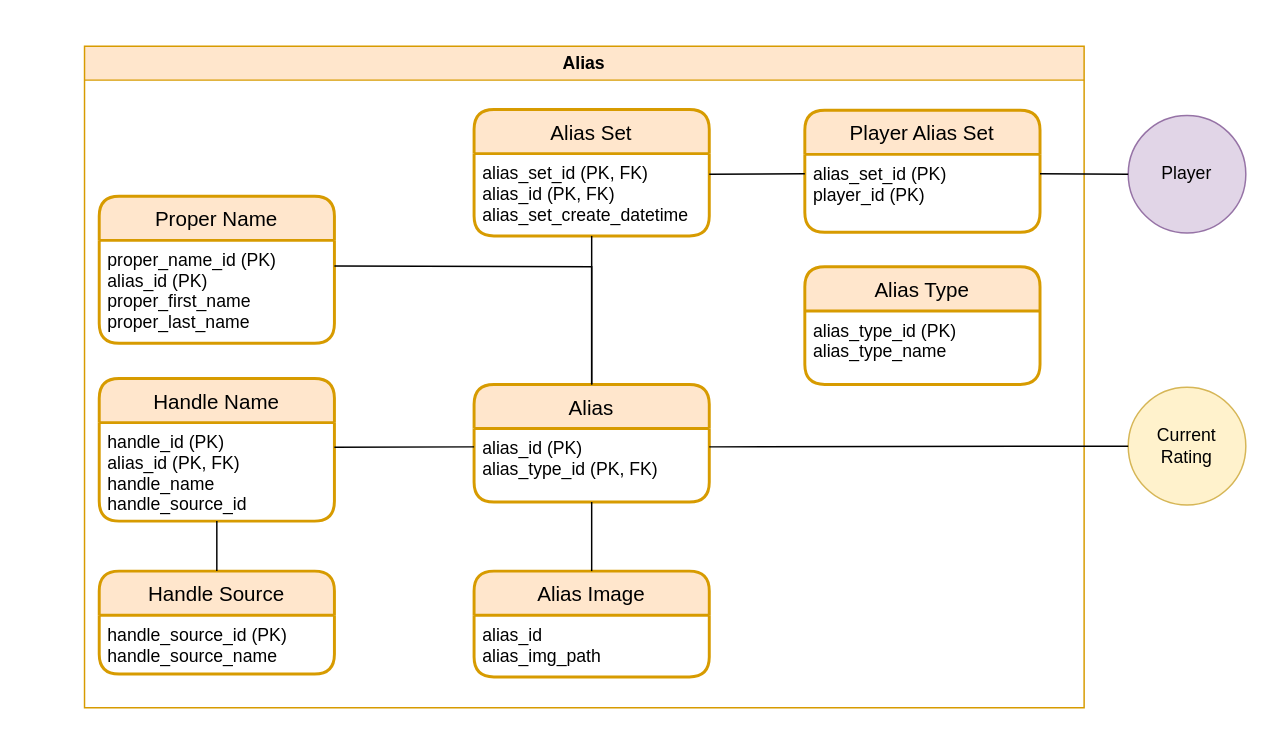
Before: page "Alias" (2 of 5) of documentation/database/logical-model.drawio in Techmate-Chess/BoardBuddy, a draw.io diagram. Source tidied: cells renumbered, new cells numbered last; positions are measured from the earlier drawing's top-left corner, leaving out a move shared by most shapes. Both pictures are drawn from the tidied source at 147%, with x=0, y=0 at pixel (84, 46).
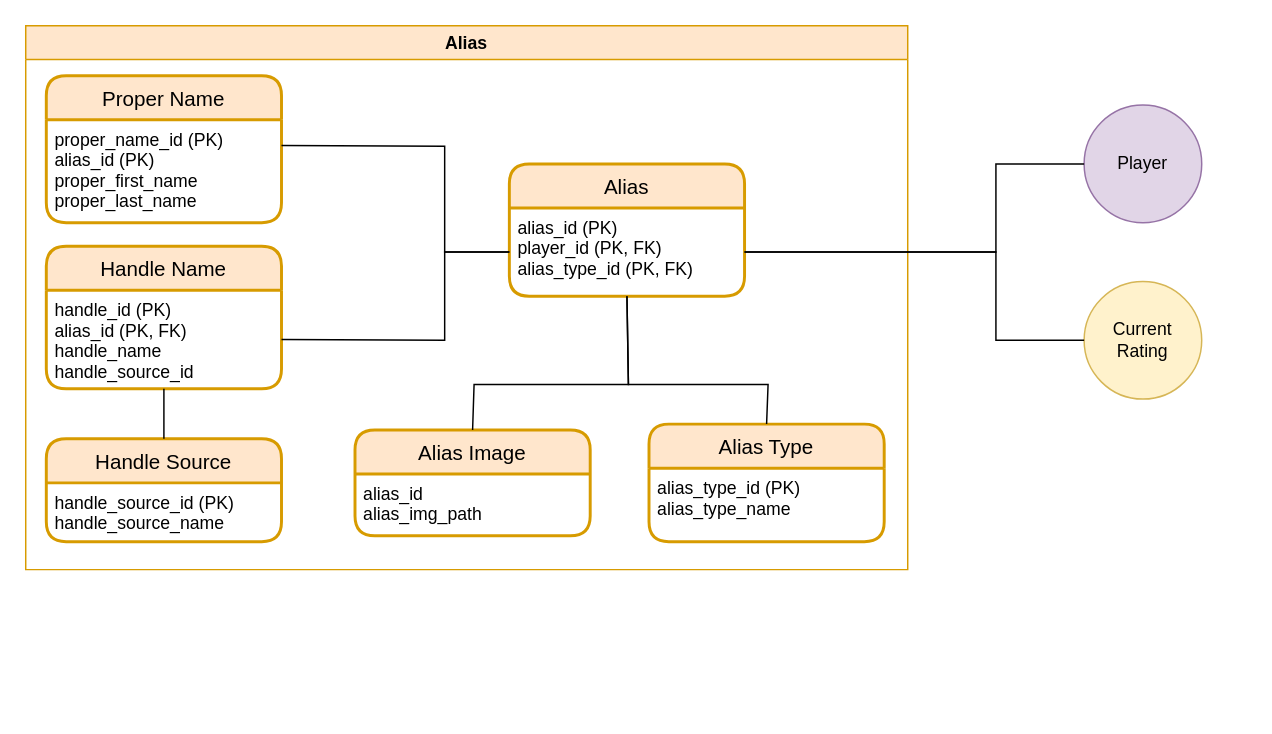
The same diagram, later.

The change refers to these unchanged cells:
```xml
<mxCell id="10" value="proper_name_id (PK)&#10;alias_id (PK)&#10;proper_first_name&#10;proper_last_name" style="align=left;strokeColor=none;fillColor=none;spacingLeft=4;fontSize=12;verticalAlign=top;labelBorderColor=none;" parent="9" vertex="1">
  <mxGeometry y="30" width="160" height="70" as="geometry" />
</mxCell>
<mxCell id="12" value="handle_id (PK)&#10;alias_id (PK, FK)&#10;handle_name&#10;handle_source_id" style="align=left;strokeColor=none;fillColor=none;spacingLeft=4;fontSize=12;verticalAlign=top;labelBorderColor=none;" parent="11" vertex="1">
  <mxGeometry y="30" width="160" height="67" as="geometry" />
</mxCell>
```

Change to the diagram source:
```diff
@@
     <mxCell id="2" value="Alias" style="swimlane;whiteSpace=wrap;html=1;labelBorderColor=none;swimlaneFillColor=default;fillColor=#ffe6cc;strokeColor=#d79b00;" parent="1" vertex="1">
-      <mxGeometry width="680" height="450" as="geometry" />
+      <mxGeometry x="-40" y="-14" width="600" height="370" as="geometry" />
     </mxCell>
-    <mxCell id="3" value="Player Alias Set" style="swimlane;horizontal=1;startSize=30;rounded=1;fontSize=14;fontStyle=0;strokeWidth=2;shadow=0;dashed=0;align=center;labelBorderColor=none;fillColor=#ffe6cc;strokeColor=#d79b00;" parent="2" vertex="1">
-      <mxGeometry x="490" y="43.5" width="160" height="83" as="geometry" />
-    </mxCell>
-    <mxCell id="4" value="alias_set_id (PK)&#10;player_id (PK)" style="align=left;strokeColor=none;fillColor=none;spacingLeft=4;fontSize=12;verticalAlign=top;labelBorderColor=none;" parent="3" vertex="1">
-      <mxGeometry y="30" width="160" height="53" as="geometry" />
-    </mxCell>
-    <mxCell id="5" style="align=left;strokeColor=none;fillColor=none;spacingLeft=4;fontSize=12;verticalAlign=top;labelBorderColor=none;" parent="3" vertex="1">
-      <mxGeometry y="83" width="160" as="geometry" />
-    </mxCell>
-    <mxCell id="6" style="align=left;strokeColor=none;fillColor=none;spacingLeft=4;fontSize=12;verticalAlign=top;labelBorderColor=none;" parent="3" vertex="1">
-      <mxGeometry y="83" width="160" as="geometry" />
-    </mxCell>
-    <mxCell id="7" style="align=left;strokeColor=none;fillColor=none;spacingLeft=4;fontSize=12;verticalAlign=top;labelBorderColor=none;" parent="3" vertex="1">
-      <mxGeometry y="83" width="160" as="geometry" />
-    </mxCell>
-    <mxCell id="8" style="align=left;strokeColor=none;fillColor=none;spacingLeft=4;fontSize=12;verticalAlign=top;labelBorderColor=none;" parent="3" vertex="1">
-      <mxGeometry y="83" width="160" as="geometry" />
-    </mxCell>
     <mxCell id="9" value="Proper Name" style="swimlane;horizontal=1;startSize=30;rounded=1;fontSize=14;fontStyle=0;strokeWidth=2;shadow=0;dashed=0;align=center;labelBorderColor=none;fillColor=#ffe6cc;strokeColor=#d79b00;" parent="2" vertex="1">
-      <mxGeometry x="10" y="102" width="160" height="100" as="geometry" />
+      <mxGeometry x="14" y="34" width="160" height="100" as="geometry" />
     </mxCell>
@@
     <mxCell id="11" value="Handle Name" style="swimlane;horizontal=1;startSize=30;rounded=1;fontSize=14;fontStyle=0;strokeWidth=2;shadow=0;dashed=0;align=center;labelBorderColor=none;fillColor=#ffe6cc;strokeColor=#d79b00;" parent="2" vertex="1">
-      <mxGeometry x="10" y="226" width="160" height="97" as="geometry" />
+      <mxGeometry x="14" y="150" width="160" height="97" as="geometry" />
     </mxCell>
@@
     <mxCell id="13" value="Handle Source" style="swimlane;horizontal=1;startSize=30;rounded=1;fontSize=14;fontStyle=0;strokeWidth=2;shadow=0;dashed=0;align=center;labelBorderColor=none;fillColor=#ffe6cc;strokeColor=#d79b00;" parent="2" vertex="1">
-      <mxGeometry x="10" y="357" width="160" height="70" as="geometry" />
+      <mxGeometry x="14" y="281" width="160" height="70" as="geometry" />
     </mxCell>
@@
-    <mxCell id="15" value="Alias Set" style="swimlane;horizontal=1;startSize=30;rounded=1;fontSize=14;fontStyle=0;strokeWidth=2;shadow=0;dashed=0;align=center;labelBorderColor=none;fillColor=#ffe6cc;strokeColor=#d79b00;" parent="2" vertex="1">
-      <mxGeometry x="265" y="43" width="160" height="86" as="geometry" />
-    </mxCell>
-    <mxCell id="16" value="alias_set_id (PK, FK)&#10;alias_id (PK, FK)&#10;alias_set_create_datetime" style="align=left;strokeColor=none;fillColor=none;spacingLeft=4;fontSize=12;verticalAlign=top;labelBorderColor=none;" parent="15" vertex="1">
-      <mxGeometry y="30" width="160" height="56" as="geometry" />
-    </mxCell>
     <mxCell id="17" value="Alias" style="swimlane;horizontal=1;startSize=30;rounded=1;fontSize=14;fontStyle=0;strokeWidth=2;shadow=0;dashed=0;align=center;labelBorderColor=none;fillColor=#ffe6cc;strokeColor=#d79b00;" parent="2" vertex="1">
-      <mxGeometry x="265" y="230" width="160" height="80" as="geometry" />
+      <mxGeometry x="329" y="94" width="160" height="90" as="geometry" />
     </mxCell>
-    <mxCell id="18" value="alias_id (PK)&#10;alias_type_id (PK, FK)" style="align=left;strokeColor=none;fillColor=none;spacingLeft=4;fontSize=12;verticalAlign=top;labelBorderColor=none;" parent="17" vertex="1">
-      <mxGeometry y="30" width="160" height="50" as="geometry" />
+    <mxCell id="18" value="alias_id (PK)&#10;player_id (PK, FK)&#10;alias_type_id (PK, FK)" style="align=left;strokeColor=none;fillColor=none;spacingLeft=4;fontSize=12;verticalAlign=top;labelBorderColor=none;" parent="17" vertex="1">
+      <mxGeometry y="30" width="160" height="60" as="geometry" />
     </mxCell>
     <mxCell id="19" value="Alias Image" style="swimlane;horizontal=1;startSize=30;rounded=1;fontSize=14;fontStyle=0;strokeWidth=2;shadow=0;dashed=0;align=center;labelBorderColor=none;fillColor=#ffe6cc;strokeColor=#d79b00;" parent="2" vertex="1">
-      <mxGeometry x="265" y="357" width="160" height="72" as="geometry" />
+      <mxGeometry x="224" y="275" width="160" height="72" as="geometry" />
     </mxCell>
@@
-    <mxCell id="21" style="endArrow=none;html=1;rounded=0;entryX=0;entryY=0.25;entryDx=0;entryDy=0;exitX=1;exitY=0.25;exitDx=0;exitDy=0;" parent="2" edge="1" source="16" target="4">
-      <mxGeometry relative="1" as="geometry" />
-    </mxCell>
-    <mxCell id="22" style="endArrow=none;html=1;rounded=0;exitX=0.5;exitY=1;exitDx=0;exitDy=0;entryX=0.5;entryY=0;entryDx=0;entryDy=0;" parent="2" edge="1" source="16" target="17">
-      <mxGeometry relative="1" as="geometry" />
-    </mxCell>
@@
+    <mxCell id="26" value="Alias Type" style="swimlane;horizontal=1;startSize=30;rounded=1;fontSize=14;fontStyle=0;strokeWidth=2;shadow=0;dashed=0;align=center;labelBorderColor=none;fillColor=#ffe6cc;strokeColor=#d79b00;" parent="2" vertex="1">
+      <mxGeometry x="424" y="271" width="160" height="80" as="geometry" />
+    </mxCell>
+    <mxCell id="27" value="alias_type_id (PK)&#10;alias_type_name&#10;" style="align=left;strokeColor=none;fillColor=none;spacingLeft=4;fontSize=12;verticalAlign=top;labelBorderColor=none;" parent="26" vertex="1">
+      <mxGeometry y="30" width="160" height="50" as="geometry" />
+    </mxCell>
+    <mxCell id="33" style="endArrow=none;html=1;rounded=0;exitX=1;exitY=0.25;exitDx=0;exitDy=0;entryX=0;entryY=0.5;entryDx=0;entryDy=0;" parent="2" edge="1" source="10" target="18">
+      <mxGeometry relative="1" as="geometry">
+        <Array as="points">
+          <mxPoint x="285" y="82" />
+          <mxPoint x="285" y="154" />
+        </Array>
+      </mxGeometry>
+    </mxCell>
-    <mxCell id="24" style="endArrow=none;html=1;rounded=0;exitX=1;exitY=0.25;exitDx=0;exitDy=0;entryX=0;entryY=0.25;entryDx=0;entryDy=0;" parent="2" edge="1" source="12" target="18">
-      <mxGeometry relative="1" as="geometry" />
+    <mxCell id="24" style="endArrow=none;html=1;rounded=0;exitX=1;exitY=0.5;exitDx=0;exitDy=0;entryX=0;entryY=0.5;entryDx=0;entryDy=0;" parent="2" edge="1" source="12" target="18">
+      <mxGeometry relative="1" as="geometry">
+        <Array as="points">
+          <mxPoint x="285" y="214" />
+          <mxPoint x="285" y="154" />
+        </Array>
+      </mxGeometry>
     </mxCell>
     <mxCell id="25" style="endArrow=none;html=1;rounded=0;entryX=0.5;entryY=0;entryDx=0;entryDy=0;exitX=0.5;exitY=1;exitDx=0;exitDy=0;" parent="2" edge="1" source="18" target="19">
-      <mxGeometry relative="1" as="geometry" />
+      <mxGeometry relative="1" as="geometry">
+        <Array as="points">
+          <mxPoint x="410" y="244" />
+          <mxPoint x="305" y="244" />
+        </Array>
+      </mxGeometry>
     </mxCell>
-    <mxCell id="26" value="Alias Type" style="swimlane;horizontal=1;startSize=30;rounded=1;fontSize=14;fontStyle=0;strokeWidth=2;shadow=0;dashed=0;align=center;labelBorderColor=none;fillColor=#ffe6cc;strokeColor=#d79b00;" parent="2" vertex="1">
-      <mxGeometry x="490" y="150" width="160" height="80" as="geometry" />
-    </mxCell>
-    <mxCell id="27" value="alias_type_id (PK)&#10;alias_type_name&#10;" style="align=left;strokeColor=none;fillColor=none;spacingLeft=4;fontSize=12;verticalAlign=top;labelBorderColor=none;" parent="26" vertex="1">
-      <mxGeometry y="30" width="160" height="50" as="geometry" />
-    </mxCell>
-    <mxCell id="28" style="endArrow=none;html=1;rounded=0;entryX=1;entryY=0.25;entryDx=0;entryDy=0;exitX=0.5;exitY=0;exitDx=0;exitDy=0;" parent="2" edge="1" source="17" target="10">
-      <mxGeometry relative="1" as="geometry">
-        <Array as="points">
-          <mxPoint x="345" y="150" />
-        </Array>
-      </mxGeometry>
-    </mxCell>
+    <mxCell id="34" style="endArrow=none;html=1;rounded=0;entryX=0.5;entryY=0;entryDx=0;entryDy=0;exitX=0.5;exitY=1;exitDx=0;exitDy=0;" parent="2" edge="1" source="18" target="26">
+      <mxGeometry relative="1" as="geometry">
+        <Array as="points">
+          <mxPoint x="410" y="244" />
+          <mxPoint x="505" y="244" />
+        </Array>
+      </mxGeometry>
+    </mxCell>
     <mxCell id="29" value="Player" style="ellipse;whiteSpace=wrap;html=1;labelBorderColor=none;fillColor=#e1d5e7;strokeColor=#9673a6;" parent="1" vertex="1">
-      <mxGeometry x="710" y="47" width="80" height="80" as="geometry" />
+      <mxGeometry x="680" y="40" width="80" height="80" as="geometry" />
     </mxCell>
-    <mxCell id="30" style="endArrow=none;html=1;rounded=0;entryX=0;entryY=0.5;entryDx=0;entryDy=0;exitX=1;exitY=0.25;exitDx=0;exitDy=0;" parent="1" edge="1" source="4" target="29">
-      <mxGeometry relative="1" as="geometry" />
-    </mxCell>
     <mxCell id="31" value="Current Rating" style="ellipse;whiteSpace=wrap;html=1;fillColor=#fff2cc;strokeColor=#d6b656;" parent="1" vertex="1">
-      <mxGeometry x="710" y="232" width="80" height="80" as="geometry" />
+      <mxGeometry x="680" y="160" width="80" height="80" as="geometry" />
     </mxCell>
+    <mxCell id="35" style="endArrow=none;html=1;rounded=0;entryX=0;entryY=0.5;entryDx=0;entryDy=0;exitX=1;exitY=0.5;exitDx=0;exitDy=0;" parent="1" edge="1" source="18" target="29">
+      <mxGeometry relative="1" as="geometry">
+        <Array as="points">
+          <mxPoint x="620" y="140" />
+          <mxPoint x="620" y="80" />
+        </Array>
+      </mxGeometry>
+    </mxCell>
-    <mxCell id="32" style="endArrow=none;html=1;rounded=0;entryX=0;entryY=0.5;entryDx=0;entryDy=0;exitX=1;exitY=0.25;exitDx=0;exitDy=0;" parent="1" edge="1" source="18" target="31">
-      <mxGeometry relative="1" as="geometry" />
+    <mxCell id="32" style="endArrow=none;html=1;rounded=0;entryX=0;entryY=0.5;entryDx=0;entryDy=0;exitX=1;exitY=0.5;exitDx=0;exitDy=0;" parent="1" edge="1" source="18" target="31">
+      <mxGeometry relative="1" as="geometry">
+        <Array as="points">
+          <mxPoint x="620" y="140" />
+          <mxPoint x="620" y="200" />
+        </Array>
+      </mxGeometry>
     </mxCell>
```
